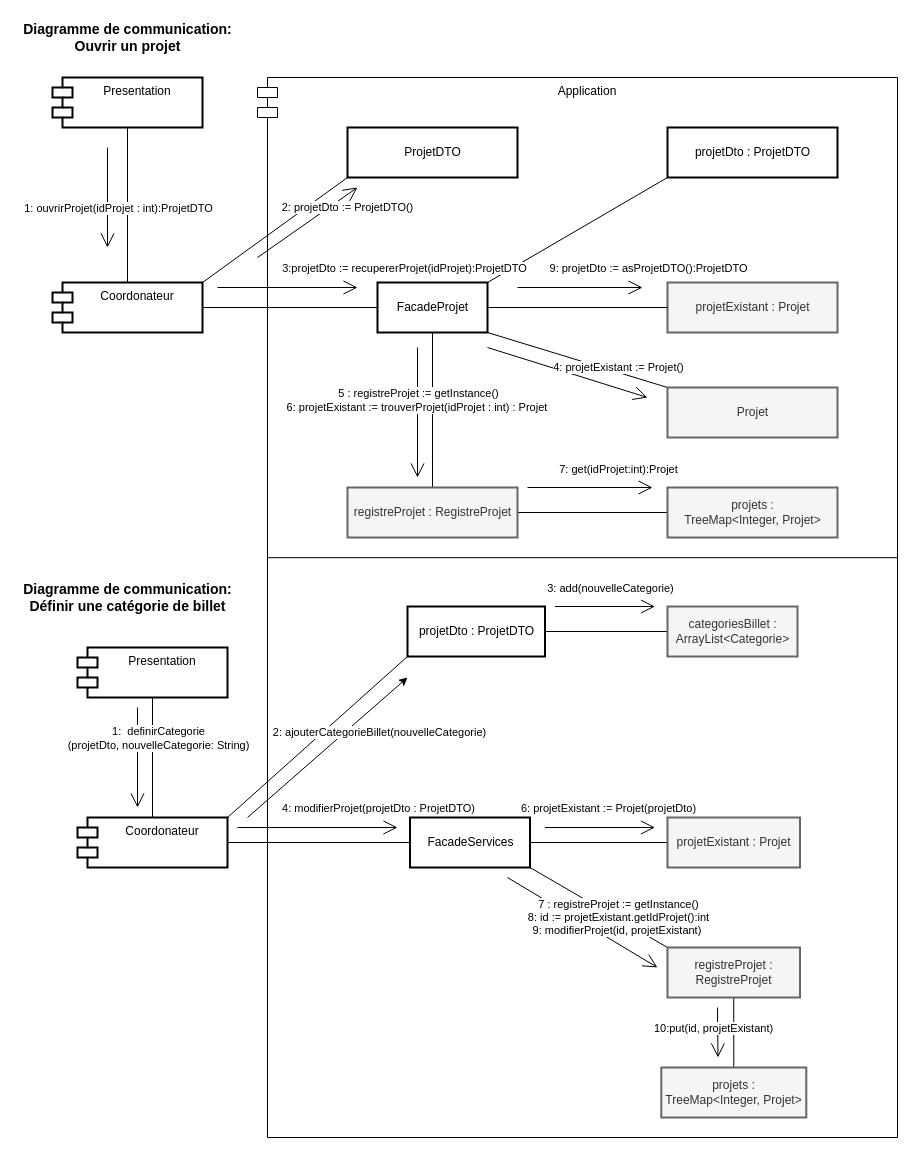
Earlier version of the draw.io diagram Diagrammes de conception/Diagrammes de communication/Definir_Categorie_UC.drawio (ChristWasTaken/Projet-Conception-et-Archictecture). Source tidied: cells renumbered, new cells numbered last; positions are measured from the earlier drawing's top-left corner, leaving out a move shared by most shapes. Both pictures are drawn from the tidied source at 100%, with x=0, y=0 at pixel (17, 17).
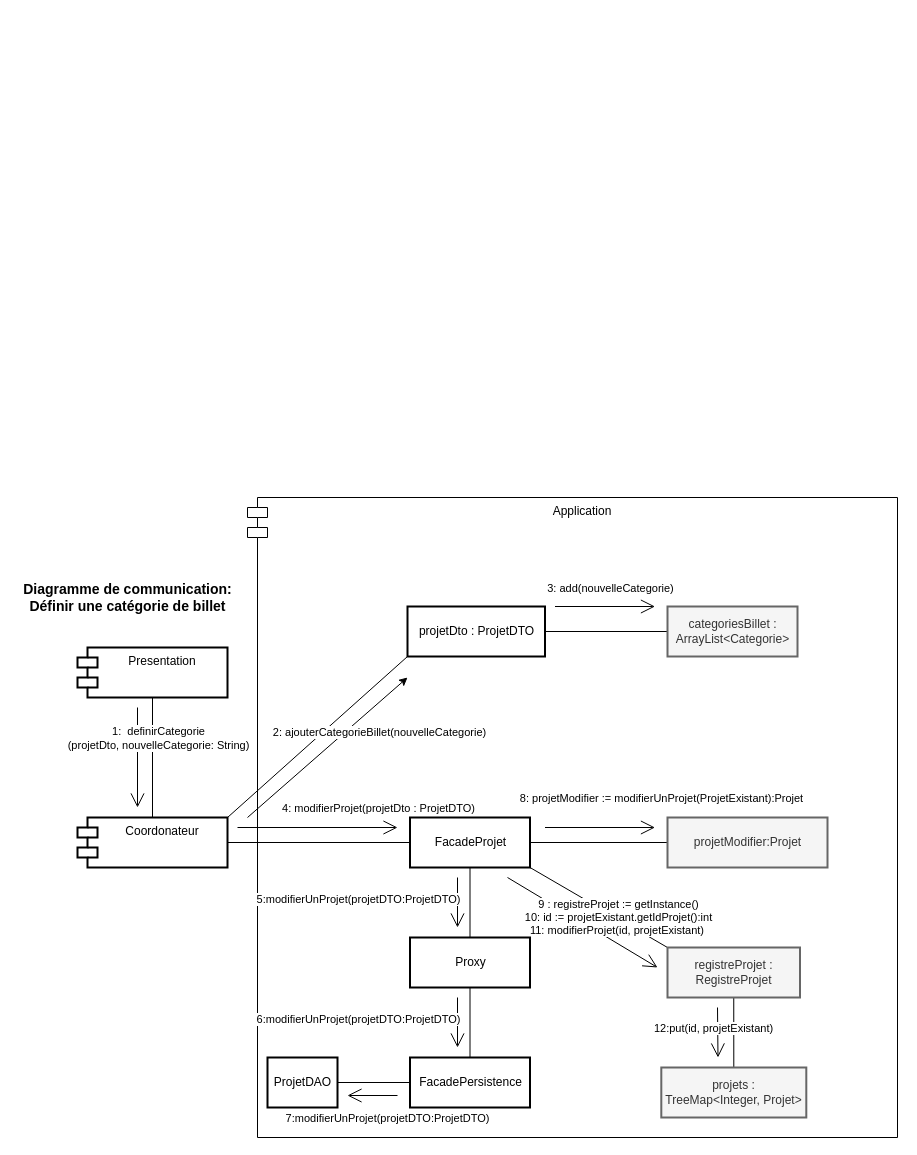
After the change.

Unchanged cells that the change refers to:
```xml
<mxCell id="11" style="endArrow=open;endFill=1;endSize=12;html=1;rounded=0;" parent="1" edge="1">
  <mxGeometry relative="1" as="geometry">
    <mxPoint x="527.5" y="810" as="sourcePoint" />
    <mxPoint x="637.5" y="810" as="targetPoint" />
  </mxGeometry>
</mxCell>
<mxCell id="18" style="endArrow=open;endFill=1;endSize=12;html=1;rounded=0;exitX=0;exitY=1;exitDx=0;exitDy=0;" parent="1" edge="1">
  <mxGeometry relative="1" as="geometry">
    <mxPoint x="490" y="860" as="sourcePoint" />
    <mxPoint x="640" y="950" as="targetPoint" />
  </mxGeometry>
</mxCell>
<mxCell id="64" style="endArrow=open;endFill=1;endSize=12;html=1;rounded=0;" parent="1" edge="1">
  <mxGeometry relative="1" as="geometry">
    <mxPoint x="700" y="990" as="sourcePoint" />
    <mxPoint x="700.5" y="1040" as="targetPoint" />
  </mxGeometry>
</mxCell>
```

The edit, as a diff of the source:
```diff
@@
     <mxCell id="3" value="Application" style="shape=module;align=left;spacingLeft=20;align=center;verticalAlign=top;" parent="1" vertex="1">
-      <mxGeometry x="240" y="60" width="640" height="1060" as="geometry" />
+      <mxGeometry x="230" y="480" width="650" height="640" as="geometry" />
     </mxCell>
-    <mxCell id="4" style="edgeStyle=none;rounded=0;jettySize=auto;html=1;exitX=0;exitY=1;exitDx=0;exitDy=0;entryX=1;entryY=0;entryDx=0;entryDy=0;endArrow=none;endFill=0;" parent="1" edge="1" source="5" target="33">
-      <mxGeometry relative="1" as="geometry" />
-    </mxCell>
-    <mxCell id="5" value="projetDto : ProjetDTO" style="html=1;strokeWidth=2;" parent="1" vertex="1">
-      <mxGeometry x="650" y="110" width="170" height="50" as="geometry" />
-    </mxCell>
@@
+    <mxCell id="66" style="edgeStyle=none;rounded=0;jettySize=auto;html=1;fontSize=21;endArrow=none;endFill=0;strokeWidth=1;" parent="1" edge="1" source="8" target="68">
+      <mxGeometry relative="1" as="geometry" />
+    </mxCell>
-    <mxCell id="8" value="FacadeServices" style="html=1;strokeWidth=2;" parent="1" vertex="1">
+    <mxCell id="8" value="FacadeProjet" style="html=1;strokeWidth=2;" parent="1" vertex="1">
       <mxGeometry x="392.5" y="800" width="120" height="50" as="geometry" />
     </mxCell>
@@
-    <mxCell id="12" value="6: projetExistant := Projet(projetDto)" style="edgeLabel;html=1;align=center;verticalAlign=middle;" parent="11" vertex="1">
+    <mxCell id="12" value="8: projetModifier := modifierUnProjet(ProjetExistant):Projet" style="edgeLabel;html=1;align=center;verticalAlign=middle;" parent="11" vertex="1">
       <mxGeometry x="0.18" relative="1" as="geometry">
-        <mxPoint x="-2" y="-20" as="offset" />
+        <mxPoint x="51" y="-30" as="offset" />
       </mxGeometry>
     </mxCell>
@@
-    <mxCell id="17" value="projetExistant : Projet" style="html=1;fillColor=#f5f5f5;fontColor=#333333;strokeColor=#666666;strokeWidth=2;" parent="1" vertex="1">
-      <mxGeometry x="650" y="800" width="132.5" height="50" as="geometry" />
+    <mxCell id="17" value="projetModifier:Projet" style="html=1;fillColor=#f5f5f5;fontColor=#333333;strokeColor=#666666;strokeWidth=2;" parent="1" vertex="1">
+      <mxGeometry x="650" y="800" width="160" height="50" as="geometry" />
     </mxCell>
@@
-    <mxCell id="19" value="7 : registreProjet := getInstance()&lt;br&gt;8: id := projetExistant.getIdProjet():int&lt;br&gt;9: modifierProjet(id, projetExistant)&amp;nbsp;" style="edgeLabel;html=1;align=center;verticalAlign=middle;" parent="18" vertex="1">
+    <mxCell id="19" value="9 : registreProjet := getInstance()&lt;br&gt;10: id := projetExistant.getIdProjet():int&lt;br&gt;11: modifierProjet(id, projetExistant)&amp;nbsp;" style="edgeLabel;html=1;align=center;verticalAlign=middle;" parent="18" vertex="1">
       <mxGeometry x="0.18" relative="1" as="geometry">
         <mxPoint x="22" y="-13" as="offset" />
       </mxGeometry>
     </mxCell>
-    <mxCell id="20" style="edgeStyle=orthogonalEdgeStyle;rounded=0;jettySize=auto;html=1;entryX=0;entryY=0.5;entryDx=0;entryDy=0;endArrow=none;endFill=0;" parent="1" edge="1" source="21" target="33">
-      <mxGeometry relative="1" as="geometry" />
-    </mxCell>
-    <mxCell id="21" value="Coordonateur" style="shape=module;align=left;spacingLeft=20;align=center;verticalAlign=top;strokeWidth=2;" parent="1" vertex="1">
-      <mxGeometry x="35" y="265" width="150" height="50" as="geometry" />
-    </mxCell>
-    <mxCell id="22" style="edgeStyle=orthogonalEdgeStyle;rounded=0;jettySize=auto;html=1;endArrow=none;endFill=0;" parent="1" edge="1" source="23" target="21">
-      <mxGeometry relative="1" as="geometry" />
-    </mxCell>
-    <mxCell id="23" value="Presentation" style="shape=module;align=left;spacingLeft=20;align=center;verticalAlign=top;strokeWidth=2;" parent="1" vertex="1">
-      <mxGeometry x="35" y="60" width="150" height="50" as="geometry" />
-    </mxCell>
-    <mxCell id="24" value="projetExistant : Projet" style="html=1;strokeWidth=2;fillColor=#f5f5f5;fontColor=#333333;strokeColor=#666666;" parent="1" vertex="1">
-      <mxGeometry x="650" y="265" width="170" height="50" as="geometry" />
-    </mxCell>
-    <mxCell id="25" style="endArrow=open;endFill=1;endSize=12;html=1;rounded=0;" parent="1" edge="1">
-      <mxGeometry relative="1" as="geometry">
-        <mxPoint x="90" y="130" as="sourcePoint" />
-        <mxPoint x="90" y="230" as="targetPoint" />
-      </mxGeometry>
-    </mxCell>
-    <mxCell id="26" value="1: ouvrirProjet(idProjet : int):ProjetDTO" style="edgeLabel;html=1;align=center;verticalAlign=middle;" parent="25" vertex="1">
-      <mxGeometry x="0.18" relative="1" as="geometry">
-        <mxPoint x="10" y="1" as="offset" />
-      </mxGeometry>
-    </mxCell>
-    <mxCell id="27" style="endArrow=open;endFill=1;endSize=12;html=1;rounded=0;" parent="1" edge="1">
-      <mxGeometry relative="1" as="geometry">
-        <mxPoint x="200" y="270" as="sourcePoint" />
-        <mxPoint x="340" y="270" as="targetPoint" />
-      </mxGeometry>
-    </mxCell>
-    <mxCell id="28" value="3:projetDto := recupererProjet(idProjet):ProjetDTO" style="edgeLabel;html=1;align=center;verticalAlign=middle;" parent="27" vertex="1">
-      <mxGeometry x="0.18" relative="1" as="geometry">
-        <mxPoint x="103" y="-20" as="offset" />
-      </mxGeometry>
-    </mxCell>
-    <mxCell id="29" style="edgeStyle=orthogonalEdgeStyle;rounded=0;jettySize=auto;html=1;entryX=0;entryY=0.5;entryDx=0;entryDy=0;endArrow=none;endFill=0;" parent="1" edge="1" source="33" target="24">
-      <mxGeometry relative="1" as="geometry" />
-    </mxCell>
-    <mxCell id="30" style="rounded=0;jettySize=auto;html=1;exitX=0.5;exitY=1;exitDx=0;exitDy=0;entryX=0.5;entryY=0;entryDx=0;entryDy=0;endArrow=none;endFill=0;" parent="1" edge="1" source="33" target="37">
-      <mxGeometry relative="1" as="geometry" />
-    </mxCell>
-    <mxCell id="31" style="edgeStyle=none;rounded=0;jettySize=auto;html=1;exitX=1;exitY=1;exitDx=0;exitDy=0;entryX=0;entryY=0;entryDx=0;entryDy=0;endArrow=none;endFill=0;" parent="1" edge="1" source="33" target="40">
-      <mxGeometry relative="1" as="geometry" />
-    </mxCell>
-    <mxCell id="32" style="edgeStyle=none;rounded=0;jettySize=auto;html=1;exitX=1;exitY=0;exitDx=0;exitDy=0;entryX=0;entryY=1;entryDx=0;entryDy=0;endArrow=none;endFill=0;" parent="1" edge="1" source="21" target="46">
-      <mxGeometry relative="1" as="geometry" />
-    </mxCell>
-    <mxCell id="33" value="FacadeProjet" style="html=1;strokeWidth=2;" parent="1" vertex="1">
-      <mxGeometry x="360" y="265" width="110" height="50" as="geometry" />
-    </mxCell>
-    <mxCell id="34" style="endArrow=open;endFill=1;endSize=12;html=1;rounded=0;" parent="1" edge="1">
-      <mxGeometry relative="1" as="geometry">
-        <mxPoint x="500" y="270" as="sourcePoint" />
-        <mxPoint x="625" y="270" as="targetPoint" />
-      </mxGeometry>
-    </mxCell>
-    <mxCell id="35" value="9: projetDto := asProjetDTO():ProjetDTO" style="edgeLabel;html=1;align=center;verticalAlign=middle;" parent="34" vertex="1">
-      <mxGeometry x="0.18" relative="1" as="geometry">
-        <mxPoint x="56" y="-20" as="offset" />
-      </mxGeometry>
-    </mxCell>
-    <mxCell id="36" style="edgeStyle=none;rounded=0;jettySize=auto;html=1;entryX=0;entryY=0.5;entryDx=0;entryDy=0;endArrow=none;endFill=0;" parent="1" edge="1" source="37" target="43">
-      <mxGeometry relative="1" as="geometry" />
-    </mxCell>
-    <mxCell id="37" value="registreProjet : RegistreProjet" style="html=1;fillColor=#f5f5f5;fontColor=#333333;strokeColor=#666666;strokeWidth=2;" parent="1" vertex="1">
-      <mxGeometry x="330" y="470" width="170" height="50" as="geometry" />
-    </mxCell>
-    <mxCell id="38" style="endArrow=open;endFill=1;endSize=12;html=1;rounded=0;" parent="1" edge="1">
-      <mxGeometry relative="1" as="geometry">
-        <mxPoint x="400" y="330" as="sourcePoint" />
-        <mxPoint x="400" y="460" as="targetPoint" />
-      </mxGeometry>
-    </mxCell>
-    <mxCell id="39" value="5 : registreProjet := getInstance()&lt;br&gt;6: projetExistant := trouverProjet(idProjet : int) : Projet&amp;nbsp;" style="edgeLabel;html=1;align=center;verticalAlign=middle;" parent="38" vertex="1">
-      <mxGeometry x="0.18" relative="1" as="geometry">
-        <mxPoint y="-25" as="offset" />
-      </mxGeometry>
-    </mxCell>
-    <mxCell id="40" value="Projet" style="html=1;strokeWidth=2;fillColor=#f5f5f5;fontColor=#333333;strokeColor=#666666;" parent="1" vertex="1">
-      <mxGeometry x="650" y="370" width="170" height="50" as="geometry" />
-    </mxCell>
-    <mxCell id="41" style="endArrow=open;endFill=1;endSize=12;html=1;rounded=0;" parent="1" edge="1">
-      <mxGeometry relative="1" as="geometry">
-        <mxPoint x="470" y="330" as="sourcePoint" />
-        <mxPoint x="630" y="380" as="targetPoint" />
-      </mxGeometry>
-    </mxCell>
-    <mxCell id="42" value="4: projetExistant := Projet()" style="edgeLabel;html=1;align=center;verticalAlign=middle;" parent="41" vertex="1">
-      <mxGeometry x="0.18" relative="1" as="geometry">
-        <mxPoint x="36" y="-10" as="offset" />
-      </mxGeometry>
-    </mxCell>
-    <mxCell id="43" value="projets : &lt;br&gt;TreeMap&amp;lt;Integer, Projet&amp;gt;" style="html=1;fillColor=#f5f5f5;fontColor=#333333;strokeColor=#666666;strokeWidth=2;" parent="1" vertex="1">
-      <mxGeometry x="650" y="470" width="170" height="50" as="geometry" />
-    </mxCell>
-    <mxCell id="44" style="endArrow=open;endFill=1;endSize=12;html=1;rounded=0;" parent="1" edge="1">
-      <mxGeometry relative="1" as="geometry">
-        <mxPoint x="510" y="470" as="sourcePoint" />
-        <mxPoint x="635" y="470" as="targetPoint" />
-      </mxGeometry>
-    </mxCell>
-    <mxCell id="45" value="7: get(idProjet:int):Projet" style="edgeLabel;html=1;align=center;verticalAlign=middle;" parent="44" vertex="1">
-      <mxGeometry x="0.18" relative="1" as="geometry">
-        <mxPoint x="16" y="-19" as="offset" />
-      </mxGeometry>
-    </mxCell>
-    <mxCell id="46" value="ProjetDTO" style="html=1;strokeWidth=2;" parent="1" vertex="1">
-      <mxGeometry x="330" y="110" width="170" height="50" as="geometry" />
-    </mxCell>
-    <mxCell id="47" style="endArrow=open;endFill=1;endSize=12;html=1;rounded=0;" parent="1" edge="1">
-      <mxGeometry relative="1" as="geometry">
-        <mxPoint x="240" y="240" as="sourcePoint" />
-        <mxPoint x="340" y="170" as="targetPoint" />
-      </mxGeometry>
-    </mxCell>
-    <mxCell id="48" value="2: projetDto := ProjetDTO()" style="edgeLabel;html=1;align=center;verticalAlign=middle;" parent="47" vertex="1">
-      <mxGeometry x="0.18" relative="1" as="geometry">
-        <mxPoint x="31" y="-9" as="offset" />
-      </mxGeometry>
-    </mxCell>
@@
-    <mxCell id="55" style="edgeStyle=none;rounded=0;orthogonalLoop=1;jettySize=auto;html=1;entryX=0.016;entryY=0.453;entryDx=0;entryDy=0;entryPerimeter=0;endArrow=none;endFill=0;exitX=1.001;exitY=0.453;exitDx=0;exitDy=0;exitPerimeter=0;" parent="1" edge="1" source="3" target="3">
-      <mxGeometry relative="1" as="geometry" />
-    </mxCell>
@@
-    <mxCell id="59" value="Diagramme de communication:&lt;br style=&quot;font-size: 14px;&quot;&gt;Ouvrir un projet" style="text;html=1;align=center;verticalAlign=middle;strokeColor=none;fillColor=none;fontStyle=1;fontSize=14;" parent="1" vertex="1">
-      <mxGeometry width="220" height="40" as="geometry" />
-    </mxCell>
@@
-    <mxCell id="65" value="10:put(id, projetExistant)" style="edgeLabel;html=1;align=center;verticalAlign=middle;" parent="64" vertex="1">
+    <mxCell id="65" value="12:put(id, projetExistant)" style="edgeLabel;html=1;align=center;verticalAlign=middle;" parent="64" vertex="1">
       <mxGeometry x="0.18" relative="1" as="geometry">
         <mxPoint x="-5" y="-9" as="offset" />
       </mxGeometry>
     </mxCell>
+    <mxCell id="67" style="edgeStyle=none;rounded=0;jettySize=auto;html=1;entryX=0.5;entryY=0;entryDx=0;entryDy=0;fontSize=21;endArrow=none;endFill=0;strokeWidth=1;" parent="1" edge="1" source="68" target="72">
+      <mxGeometry relative="1" as="geometry" />
+    </mxCell>
+    <mxCell id="68" value="Proxy" style="html=1;strokeWidth=2;" parent="1" vertex="1">
+      <mxGeometry x="392.5" y="920" width="120" height="50" as="geometry" />
+    </mxCell>
+    <mxCell id="69" style="endArrow=open;endFill=1;endSize=12;html=1;rounded=0;" parent="1" edge="1">
+      <mxGeometry relative="1" as="geometry">
+        <mxPoint x="440" y="860" as="sourcePoint" />
+        <mxPoint x="440" y="910" as="targetPoint" />
+      </mxGeometry>
+    </mxCell>
+    <mxCell id="70" value="5:modifierUnProjet(projetDTO:ProjetDTO)" style="edgeLabel;html=1;align=center;verticalAlign=middle;" parent="69" vertex="1">
+      <mxGeometry x="0.18" relative="1" as="geometry">
+        <mxPoint x="-100" y="-9" as="offset" />
+      </mxGeometry>
+    </mxCell>
+    <mxCell id="71" style="edgeStyle=none;rounded=0;jettySize=auto;html=1;entryX=1;entryY=0.5;entryDx=0;entryDy=0;fontSize=21;endArrow=none;endFill=0;strokeWidth=1;" parent="1" edge="1" source="72" target="75">
+      <mxGeometry relative="1" as="geometry" />
+    </mxCell>
+    <mxCell id="72" value="FacadePersistence" style="html=1;strokeWidth=2;" parent="1" vertex="1">
+      <mxGeometry x="392.5" y="1040" width="120" height="50" as="geometry" />
+    </mxCell>
+    <mxCell id="73" style="endArrow=open;endFill=1;endSize=12;html=1;rounded=0;" parent="1" edge="1">
+      <mxGeometry relative="1" as="geometry">
+        <mxPoint x="440" y="980" as="sourcePoint" />
+        <mxPoint x="440" y="1030" as="targetPoint" />
+      </mxGeometry>
+    </mxCell>
+    <mxCell id="74" value="6:modifierUnProjet(projetDTO:ProjetDTO)" style="edgeLabel;html=1;align=center;verticalAlign=middle;" parent="73" vertex="1">
+      <mxGeometry x="0.18" relative="1" as="geometry">
+        <mxPoint x="-100" y="-9" as="offset" />
+      </mxGeometry>
+    </mxCell>
+    <mxCell id="75" value="ProjetDAO" style="html=1;strokeWidth=2;" parent="1" vertex="1">
+      <mxGeometry x="250" y="1040" width="70" height="50" as="geometry" />
+    </mxCell>
+    <mxCell id="76" style="endArrow=open;endFill=1;endSize=12;html=1;rounded=0;" parent="1" edge="1">
+      <mxGeometry relative="1" as="geometry">
+        <mxPoint x="380" y="1078" as="sourcePoint" />
+        <mxPoint x="330" y="1078" as="targetPoint" />
+      </mxGeometry>
+    </mxCell>
+    <mxCell id="77" value="7:modifierUnProjet(projetDTO:ProjetDTO)" style="edgeLabel;html=1;align=center;verticalAlign=middle;" parent="76" vertex="1">
+      <mxGeometry x="0.18" relative="1" as="geometry">
+        <mxPoint x="19" y="22" as="offset" />
+      </mxGeometry>
+    </mxCell>
```
